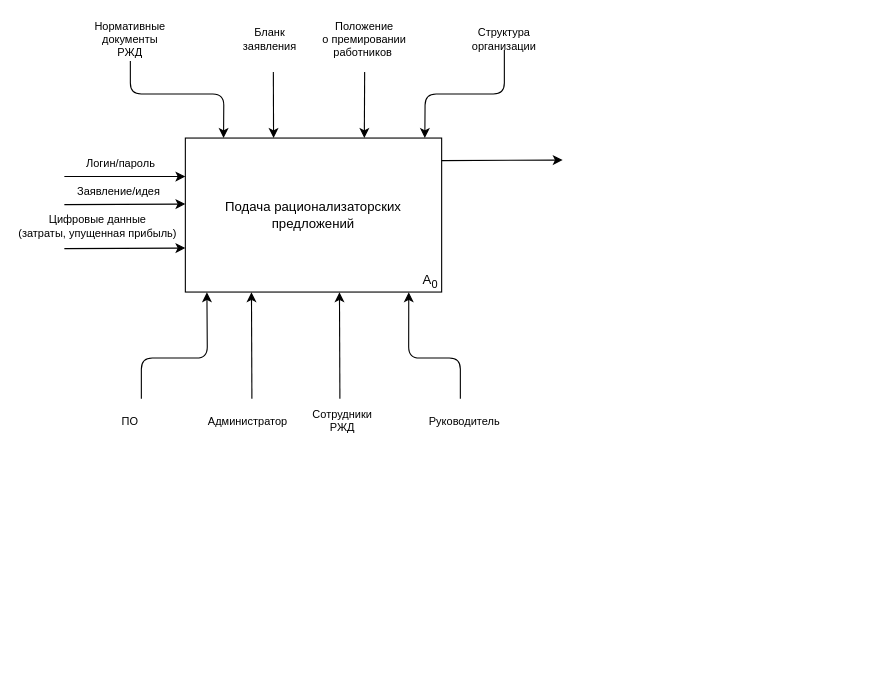
This is page "IDEF0" (1 of 5) of IDEF0.drawio from Ideas-maker/diagram, a draw.io file, before an edit. Source tidied: cells renumbered, new cells numbered last; positions are measured from the earlier drawing's top-left corner, leaving out a move shared by most shapes. Both pictures are drawn from the tidied source at 110%, with x=0, y=0 at pixel (64, 28).
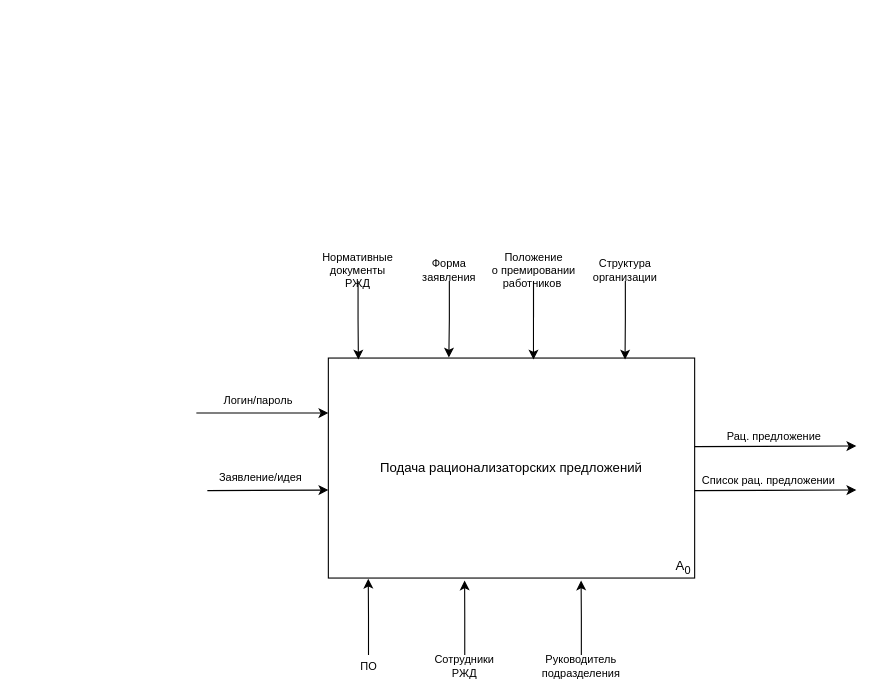
Above is the later version.

Change to the diagram source:
```diff
@@
     <mxCell id="2" value="Подача рационализаторских предложений" style="rounded=0;whiteSpace=wrap;html=1;" parent="1" vertex="1">
-      <mxGeometry x="110" y="100" width="233" height="140" as="geometry" />
+      <mxGeometry x="240" y="300" width="333" height="200" as="geometry" />
     </mxCell>
     <mxCell id="3" value="A&lt;sub&gt;0&lt;/sub&gt;" style="text;html=1;strokeColor=none;fillColor=none;align=center;verticalAlign=middle;whiteSpace=wrap;rounded=0;fontSize=12;" parent="1" vertex="1">
-      <mxGeometry x="323" y="220" width="20" height="20" as="geometry" />
+      <mxGeometry x="553" y="480" width="20" height="20" as="geometry" />
     </mxCell>
     <mxCell id="4" style="endArrow=classic;html=1;fontSize=12;entryX=0;entryY=0.25;entryDx=0;entryDy=0;" parent="1" edge="1" target="2">
       <mxGeometry relative="1" as="geometry">
-        <mxPoint y="135" as="sourcePoint" />
+        <mxPoint x="120" y="350" as="sourcePoint" />
       </mxGeometry>
     </mxCell>
@@
-    <mxCell id="6" style="endArrow=classic;html=1;fontSize=12;entryX=0;entryY=0.25;entryDx=0;entryDy=0;" parent="1" edge="1">
-      <mxGeometry relative="1" as="geometry">
-        <mxPoint y="200.5" as="sourcePoint" />
-        <mxPoint x="110" y="200" as="targetPoint" />
-      </mxGeometry>
-    </mxCell>
-    <mxCell id="7" value="&lt;font style=&quot;font-size: 10px;&quot;&gt;Цифровые данные&lt;br style=&quot;font-size: 10px;&quot;&gt;(затраты, упущенная прибыль)&lt;/font&gt;" style="text;html=1;align=center;verticalAlign=middle;labelBackgroundColor=#ffffff;fontSize=10;" parent="6" vertex="1">
-      <mxGeometry x="-0.18" y="1" relative="1" as="geometry">
-        <mxPoint x="-15" y="-19.5" as="offset" />
-      </mxGeometry>
-    </mxCell>
     <mxCell id="8" style="endArrow=classic;html=1;fontSize=12;entryX=0;entryY=0.25;entryDx=0;entryDy=0;" parent="1" edge="1">
       <mxGeometry relative="1" as="geometry">
-        <mxPoint y="160.5" as="sourcePoint" />
-        <mxPoint x="110" y="160" as="targetPoint" />
+        <mxPoint x="130" y="420.5" as="sourcePoint" />
+        <mxPoint x="240" y="420" as="targetPoint" />
       </mxGeometry>
     </mxCell>
     <mxCell id="9" value="Заявление/идея" style="text;html=1;align=left;verticalAlign=top;spacingTop=-4;fontSize=10;" parent="1" vertex="1">
-      <mxGeometry x="10" y="140" width="90" height="10" as="geometry" />
+      <mxGeometry x="139" y="400" width="90" height="10" as="geometry" />
     </mxCell>
-    <mxCell id="10" style="endArrow=classic;html=1;fontSize=12;entryX=0.127;entryY=1.023;entryDx=0;entryDy=0;entryPerimeter=0;" parent="1" edge="1">
-      <mxGeometry relative="1" as="geometry">
-        <mxPoint x="70" y="337" as="sourcePoint" />
-        <mxPoint x="129.6" y="240.2" as="targetPoint" />
-        <Array as="points">
-          <mxPoint x="70" y="300" />
-          <mxPoint x="130" y="300" />
-        </Array>
-      </mxGeometry>
-    </mxCell>
-    <mxCell id="11" style="endArrow=classic;html=1;fontSize=12;entryX=0.149;entryY=-0.001;entryDx=0;entryDy=0;entryPerimeter=0;" parent="1" edge="1" target="2">
-      <mxGeometry relative="1" as="geometry">
-        <mxPoint x="60" y="30" as="sourcePoint" />
-        <Array as="points">
-          <mxPoint x="60" y="60" />
-          <mxPoint x="145" y="60" />
-        </Array>
-      </mxGeometry>
-    </mxCell>
+    <mxCell id="27" style="edgeStyle=orthogonalEdgeStyle;rounded=0;jettySize=auto;html=1;exitX=0.5;exitY=1;exitDx=0;exitDy=0;entryX=0.082;entryY=0.007;entryDx=0;entryDy=0;entryPerimeter=0;fontSize=10;" parent="1" edge="1" source="12" target="2">
+      <mxGeometry relative="1" as="geometry" />
+    </mxCell>
     <mxCell id="12" value="Нормативные документы РЖД" style="text;html=1;strokeColor=none;fillColor=none;align=center;verticalAlign=middle;whiteSpace=wrap;rounded=0;fontSize=10;" parent="1" vertex="1">
-      <mxGeometry x="40" width="40" height="20" as="geometry" />
+      <mxGeometry x="247" y="210" width="40" height="20" as="geometry" />
     </mxCell>
+    <mxCell id="28" style="edgeStyle=orthogonalEdgeStyle;rounded=0;jettySize=auto;html=1;exitX=0.5;exitY=1;exitDx=0;exitDy=0;entryX=0.329;entryY=-0.002;entryDx=0;entryDy=0;entryPerimeter=0;fontSize=10;" parent="1" edge="1" source="13" target="2">
+      <mxGeometry relative="1" as="geometry" />
+    </mxCell>
-    <mxCell id="13" value="Бланк заявления" style="text;html=1;strokeColor=none;fillColor=none;align=center;verticalAlign=middle;whiteSpace=wrap;rounded=0;fontSize=10;" parent="1" vertex="1">
-      <mxGeometry x="166.5" width="40" height="20" as="geometry" />
+    <mxCell id="13" value="Форма заявления" style="text;html=1;strokeColor=none;fillColor=none;align=center;verticalAlign=middle;whiteSpace=wrap;rounded=0;fontSize=10;" parent="1" vertex="1">
+      <mxGeometry x="330" y="210" width="40" height="20" as="geometry" />
     </mxCell>
-    <mxCell id="14" style="endArrow=classic;html=1;fontSize=12;entryX=0.149;entryY=-0.001;entryDx=0;entryDy=0;entryPerimeter=0;" parent="1" edge="1">
-      <mxGeometry relative="1" as="geometry">
-        <mxPoint x="190" y="40" as="sourcePoint" />
-        <mxPoint x="190.2" y="99.9" as="targetPoint" />
-      </mxGeometry>
-    </mxCell>
+    <mxCell id="29" style="edgeStyle=orthogonalEdgeStyle;rounded=0;jettySize=auto;html=1;exitX=0.5;exitY=1;exitDx=0;exitDy=0;entryX=0.56;entryY=0.007;entryDx=0;entryDy=0;entryPerimeter=0;fontSize=10;" parent="1" edge="1" source="15" target="2">
+      <mxGeometry relative="1" as="geometry" />
+    </mxCell>
     <mxCell id="15" value="&lt;font style=&quot;font-size: 10px&quot;&gt;Положение о&amp;nbsp;&lt;span style=&quot;line-height: 107% ; font-family: &amp;#34;calibri&amp;#34; , sans-serif&quot;&gt;премировании работников&amp;nbsp;&lt;/span&gt;&lt;/font&gt;" style="text;html=1;strokeColor=none;fillColor=none;align=center;verticalAlign=middle;whiteSpace=wrap;rounded=0;fontSize=10;" parent="1" vertex="1">
-      <mxGeometry x="253" width="40" height="20" as="geometry" />
+      <mxGeometry x="406.5" y="210" width="40" height="20" as="geometry" />
     </mxCell>
-    <mxCell id="16" style="endArrow=classic;html=1;fontSize=12;entryX=0.149;entryY=-0.001;entryDx=0;entryDy=0;entryPerimeter=0;" parent="1" edge="1">
-      <mxGeometry relative="1" as="geometry">
-        <mxPoint x="273" y="40" as="sourcePoint" />
-        <mxPoint x="272.7" y="99.9" as="targetPoint" />
-      </mxGeometry>
-    </mxCell>
+    <mxCell id="30" style="edgeStyle=orthogonalEdgeStyle;rounded=0;jettySize=auto;html=1;exitX=0.5;exitY=0;exitDx=0;exitDy=0;entryX=0.109;entryY=1.003;entryDx=0;entryDy=0;entryPerimeter=0;fontSize=10;" parent="1" edge="1" source="17" target="2">
+      <mxGeometry relative="1" as="geometry" />
+    </mxCell>
     <mxCell id="17" value="ПО" style="text;html=1;strokeColor=none;fillColor=none;align=center;verticalAlign=middle;whiteSpace=wrap;rounded=0;fontSize=10;" parent="1" vertex="1">
-      <mxGeometry x="40" y="347" width="40" height="20" as="geometry" />
+      <mxGeometry x="256.5" y="570" width="40" height="20" as="geometry" />
     </mxCell>
+    <mxCell id="31" style="edgeStyle=orthogonalEdgeStyle;rounded=0;jettySize=auto;html=1;exitX=0.5;exitY=1;exitDx=0;exitDy=0;entryX=0.81;entryY=0.007;entryDx=0;entryDy=0;entryPerimeter=0;fontSize=10;" parent="1" edge="1" source="18" target="2">
+      <mxGeometry relative="1" as="geometry" />
+    </mxCell>
     <mxCell id="18" value="Структура организации" style="text;html=1;strokeColor=none;fillColor=none;align=center;verticalAlign=middle;whiteSpace=wrap;rounded=0;fontSize=10;" parent="1" vertex="1">
-      <mxGeometry x="380" width="40" height="20" as="geometry" />
+      <mxGeometry x="490" y="210" width="40" height="20" as="geometry" />
     </mxCell>
-    <mxCell id="19" style="endArrow=classic;html=1;fontSize=12;entryX=0.149;entryY=-0.001;entryDx=0;entryDy=0;entryPerimeter=0;" parent="1" edge="1">
-      <mxGeometry relative="1" as="geometry">
-        <mxPoint x="400" y="20" as="sourcePoint" />
-        <mxPoint x="327.7" y="99.9" as="targetPoint" />
-        <Array as="points">
-          <mxPoint x="400" y="60" />
-          <mxPoint x="328" y="60" />
-        </Array>
-      </mxGeometry>
-    </mxCell>
-    <mxCell id="20" style="endArrow=classic;html=1;fontSize=12;entryX=0.127;entryY=1.023;entryDx=0;entryDy=0;entryPerimeter=0;" parent="1" edge="1">
-      <mxGeometry relative="1" as="geometry">
-        <mxPoint x="170.5" y="337" as="sourcePoint" />
-        <mxPoint x="170.1" y="240.2" as="targetPoint" />
-      </mxGeometry>
-    </mxCell>
-    <mxCell id="21" value="Администратор" style="text;html=1;strokeColor=none;fillColor=none;align=center;verticalAlign=middle;whiteSpace=wrap;rounded=0;fontSize=10;" parent="1" vertex="1">
-      <mxGeometry x="146.5" y="347" width="40" height="20" as="geometry" />
-    </mxCell>
-    <mxCell id="22" style="endArrow=classic;html=1;fontSize=12;entryX=0.127;entryY=1.023;entryDx=0;entryDy=0;entryPerimeter=0;" parent="1" edge="1">
-      <mxGeometry relative="1" as="geometry">
-        <mxPoint x="250.5" y="337" as="sourcePoint" />
-        <mxPoint x="250.1" y="240.2" as="targetPoint" />
-      </mxGeometry>
-    </mxCell>
+    <mxCell id="32" style="edgeStyle=orthogonalEdgeStyle;rounded=0;jettySize=auto;html=1;entryX=0.372;entryY=1.011;entryDx=0;entryDy=0;entryPerimeter=0;fontSize=10;" parent="1" edge="1" source="23" target="2">
+      <mxGeometry relative="1" as="geometry" />
+    </mxCell>
     <mxCell id="23" value="Сотрудники РЖД" style="text;html=1;strokeColor=none;fillColor=none;align=center;verticalAlign=middle;whiteSpace=wrap;rounded=0;fontSize=10;" parent="1" vertex="1">
-      <mxGeometry x="233" y="347" width="40" height="20" as="geometry" />
+      <mxGeometry x="344" y="570" width="40" height="20" as="geometry" />
     </mxCell>
+    <mxCell id="33" style="edgeStyle=orthogonalEdgeStyle;rounded=0;jettySize=auto;html=1;exitX=0.5;exitY=0;exitDx=0;exitDy=0;entryX=0.69;entryY=1.011;entryDx=0;entryDy=0;entryPerimeter=0;fontSize=10;" parent="1" edge="1" source="24" target="2">
+      <mxGeometry relative="1" as="geometry" />
+    </mxCell>
-    <mxCell id="24" value="Руководитель" style="text;html=1;strokeColor=none;fillColor=none;align=center;verticalAlign=middle;whiteSpace=wrap;rounded=0;fontSize=10;" parent="1" vertex="1">
-      <mxGeometry x="344" y="347" width="40" height="20" as="geometry" />
+    <mxCell id="24" value="Руководитель&lt;br&gt;подразделения" style="text;html=1;strokeColor=none;fillColor=none;align=center;verticalAlign=middle;whiteSpace=wrap;rounded=0;fontSize=10;" parent="1" vertex="1">
+      <mxGeometry x="450" y="570" width="40" height="20" as="geometry" />
     </mxCell>
-    <mxCell id="25" style="endArrow=classic;html=1;fontSize=12;entryX=0.127;entryY=1.023;entryDx=0;entryDy=0;entryPerimeter=0;" parent="1" edge="1">
-      <mxGeometry relative="1" as="geometry">
-        <mxPoint x="360" y="337" as="sourcePoint" />
-        <mxPoint x="313.1" y="240.2" as="targetPoint" />
-        <Array as="points">
-          <mxPoint x="360" y="300" />
-          <mxPoint x="313" y="300" />
-        </Array>
-      </mxGeometry>
-    </mxCell>
-    <mxCell id="26" style="endArrow=classic;html=1;fontSize=12;entryX=0;entryY=0.25;entryDx=0;entryDy=0;" parent="1" edge="1">
+    <mxCell id="26" style="endArrow=classic;html=1;fontSize=12;" parent="1" edge="1">
       <mxGeometry relative="1" as="geometry">
-        <mxPoint x="343" y="120.5" as="sourcePoint" />
-        <mxPoint x="453" y="120" as="targetPoint" />
+        <mxPoint x="573" y="380.5" as="sourcePoint" />
+        <mxPoint x="720" y="380" as="targetPoint" />
       </mxGeometry>
     </mxCell>
+    <mxCell id="34" value="Рац. предложение" style="text;html=1;align=center;verticalAlign=middle;labelBackgroundColor=#ffffff;fontSize=10;" parent="26" vertex="1">
+      <mxGeometry x="0.32" relative="1" as="geometry">
+        <mxPoint x="-25.5" y="-10" as="offset" />
+      </mxGeometry>
+    </mxCell>
+    <mxCell id="35" style="endArrow=classic;html=1;fontSize=12;" parent="1" edge="1">
+      <mxGeometry relative="1" as="geometry">
+        <mxPoint x="573" y="420.5" as="sourcePoint" />
+        <mxPoint x="720" y="420" as="targetPoint" />
+      </mxGeometry>
+    </mxCell>
+    <mxCell id="36" value="Список рац. предложении" style="text;html=1;align=center;verticalAlign=middle;labelBackgroundColor=#ffffff;fontSize=10;" parent="35" vertex="1">
+      <mxGeometry x="0.32" relative="1" as="geometry">
+        <mxPoint x="-30" y="-10" as="offset" />
+      </mxGeometry>
+    </mxCell>
```
